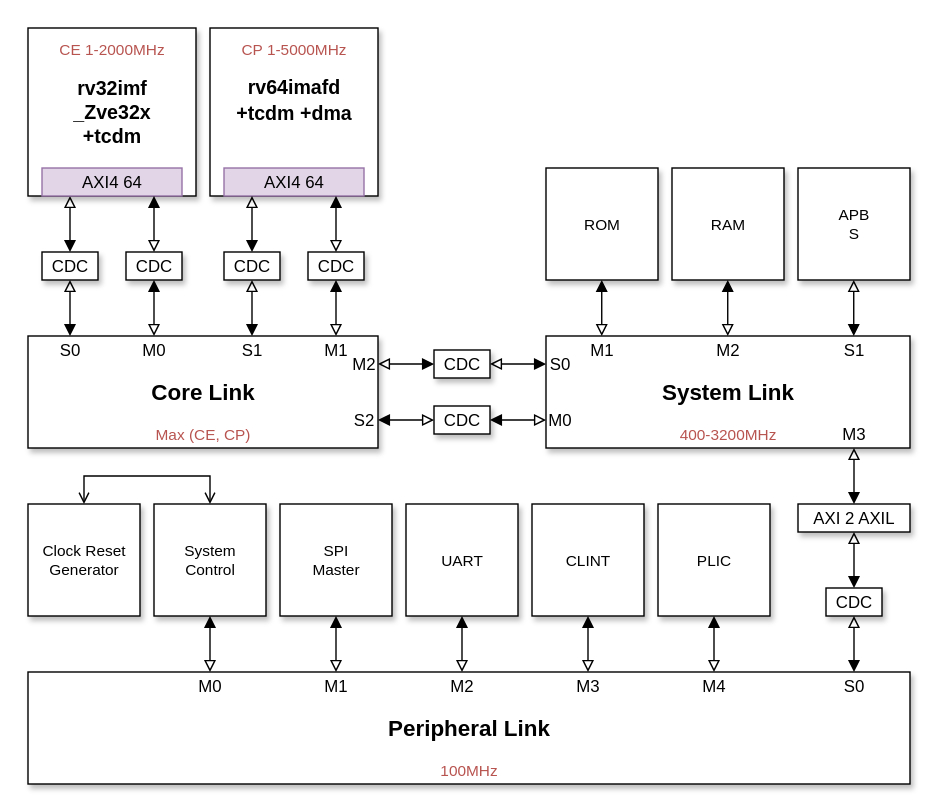
Above: document/svg/detailed_architecture.drawio.svg in TecknozBD/Hyper-Titan (draw.io), before the change. Source tidied: cells renumbered, new cells last; positions are measured from the earlier drawing's top-left corner, leaving out a move shared by most shapes.
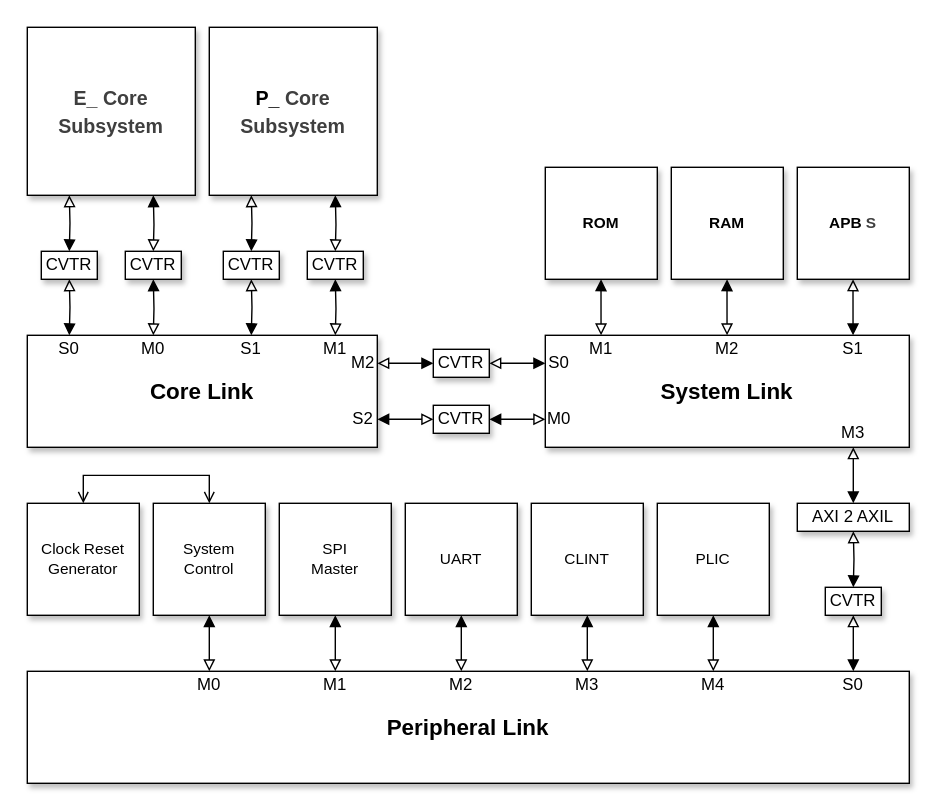
After the change.

Commit message:
new file:   document/svg/bkp_detailed_architecture.drawio.svg modified:   document/svg/detailed_architecture.drawio.svg

Diff of the diagram source:
```diff
@@ -9,19 +9,16 @@
     <mxCell id="4" value="Core Link" style="rounded=0;whiteSpace=wrap;html=1;fontFamily=Helvetica;fontSize=16;fontColor=default;labelBackgroundColor=default;fontStyle=1;shadow=1;" parent="3" vertex="1">
       <mxGeometry x="20" y="240" width="250" height="80" as="geometry" />
     </mxCell>
-    <mxCell id="5" value="&lt;div&gt;&lt;font style=&quot;font-size: 14px;&quot;&gt;rv32imf&lt;/font&gt;&lt;/div&gt;&lt;div&gt;&lt;font style=&quot;font-size: 14px;&quot;&gt;_Zve32x&lt;/font&gt;&lt;/div&gt;&lt;div&gt;&lt;font style=&quot;font-size: 14px;&quot;&gt;+tcdm&lt;/font&gt;&lt;/div&gt;" style="rounded=0;whiteSpace=wrap;html=1;fontStyle=1;fontSize=13;shadow=1;" parent="3" vertex="1">
+    <mxCell id="5" value="&lt;div style=&quot;color: rgb(63, 63, 63); scrollbar-color: rgb(226, 226, 226) rgb(251, 251, 251); font-size: 16px;&quot;&gt;&lt;span style=&quot;color: rgb(63, 63, 63); scrollbar-color: rgb(226, 226, 226) rgb(251, 251, 251); font-size: 14px;&quot;&gt;E_&lt;/span&gt;&lt;span style=&quot;scrollbar-color: rgb(226, 226, 226) rgb(251, 251, 251); font-size: 14px; background-color: transparent; color: rgb(63, 63, 63);&quot;&gt;Core&lt;/span&gt;&lt;/div&gt;&lt;div style=&quot;color: rgb(63, 63, 63); scrollbar-color: rgb(226, 226, 226) rgb(251, 251, 251); font-size: 16px;&quot;&gt;&lt;span style=&quot;scrollbar-color: rgb(226, 226, 226) rgb(251, 251, 251); font-size: 14px; background-color: transparent; color: rgb(63, 63, 63);&quot;&gt;Subsystem&lt;/span&gt;&lt;/div&gt;" style="rounded=0;whiteSpace=wrap;html=1;fontStyle=1;fontSize=13;shadow=1;" parent="3" vertex="1">
       <mxGeometry x="20" y="20" width="120" height="120" as="geometry" />
     </mxCell>
-    <mxCell id="6" value="&lt;div&gt;&lt;font style=&quot;font-size: 14px;&quot;&gt;rv64imafd&lt;/font&gt;&lt;/div&gt;&lt;div&gt;&lt;font style=&quot;font-size: 14px;&quot;&gt;+tcdm +dma&lt;/font&gt;&lt;/div&gt;&lt;div&gt;&lt;br&gt;&lt;/div&gt;" style="rounded=0;whiteSpace=wrap;html=1;fontStyle=1;fontSize=16;shadow=1;" parent="3" vertex="1">
+    <mxCell id="6" value="&lt;div&gt;&lt;span style=&quot;font-size: 14px;&quot;&gt;P_&lt;/span&gt;&lt;span style=&quot;color: rgb(63, 63, 63); font-size: 14px; background-color: transparent;&quot;&gt;Core&lt;/span&gt;&lt;/div&gt;&lt;div&gt;&lt;span style=&quot;color: rgb(63, 63, 63); font-size: 14px; background-color: transparent;&quot;&gt;Subsystem&lt;/span&gt;&lt;/div&gt;" style="rounded=0;whiteSpace=wrap;html=1;fontStyle=1;fontSize=16;shadow=1;" parent="3" vertex="1">
       <mxGeometry x="150" y="20" width="120" height="120" as="geometry" />
     </mxCell>
-    <mxCell id="7" value="AXI4 64" style="whiteSpace=wrap;html=1;fillColor=#e1d5e7;strokeColor=#9673a6;" parent="3" vertex="1">
-      <mxGeometry x="160" y="120" width="100" height="20" as="geometry" />
-    </mxCell>
     <mxCell id="8" style="edgeStyle=orthogonalEdgeStyle;shape=connector;rounded=0;jettySize=auto;html=1;exitX=1;exitY=0.75;exitDx=0;exitDy=0;entryX=0;entryY=0.5;entryDx=0;entryDy=0;strokeColor=default;align=center;verticalAlign=middle;fontFamily=Helvetica;fontSize=11;fontColor=default;labelBackgroundColor=default;startArrow=block;startFill=1;endArrow=block;endFill=0;" parent="3" edge="1" source="4" target="34">
       <mxGeometry relative="1" as="geometry" />
     </mxCell>
-    <mxCell id="9" value="CDC" style="rounded=0;whiteSpace=wrap;html=1;shadow=1;" parent="3" vertex="1">
+    <mxCell id="9" value="CVTR" style="rounded=0;whiteSpace=wrap;html=1;shadow=1;" parent="3" vertex="1">
       <mxGeometry x="30" y="180" width="40" height="20" as="geometry" />
     </mxCell>
     <mxCell id="10" style="edgeStyle=orthogonalEdgeStyle;shape=connector;rounded=0;jettySize=auto;html=1;exitX=0;exitY=0.25;exitDx=0;exitDy=0;entryX=1;entryY=0.5;entryDx=0;entryDy=0;strokeColor=default;align=center;verticalAlign=middle;fontFamily=Helvetica;fontSize=11;fontColor=default;labelBackgroundColor=default;startArrow=block;startFill=1;endArrow=block;endFill=0;" parent="3" edge="1" source="11" target="32">
@@ -42,7 +39,7 @@
         <mxPoint x="50" y="140" as="targetPoint" />
       </mxGeometry>
     </mxCell>
-    <mxCell id="14" value="RAM" style="rounded=0;whiteSpace=wrap;html=1;fontFamily=Helvetica;fontSize=11;fontColor=default;labelBackgroundColor=default;shadow=1;" parent="3" vertex="1">
+    <mxCell id="14" value="RAM" style="rounded=0;whiteSpace=wrap;html=1;fontFamily=Helvetica;fontSize=11;fontColor=default;labelBackgroundColor=default;shadow=1;fontStyle=1;" parent="3" vertex="1">
       <mxGeometry x="480" y="120" width="80" height="80" as="geometry" />
     </mxCell>
     <mxCell id="15" style="edgeStyle=orthogonalEdgeStyle;rounded=0;orthogonalLoop=1;jettySize=auto;html=1;endArrow=block;endFill=0;startArrow=block;startFill=1;" parent="3" edge="1">
@@ -55,7 +52,7 @@
         </Array>
       </mxGeometry>
     </mxCell>
-    <mxCell id="16" value="ROM" style="rounded=0;whiteSpace=wrap;html=1;fontFamily=Helvetica;fontSize=11;fontColor=default;labelBackgroundColor=default;shadow=1;" parent="3" vertex="1">
+    <mxCell id="16" value="ROM" style="rounded=0;whiteSpace=wrap;html=1;fontFamily=Helvetica;fontSize=11;fontColor=default;labelBackgroundColor=default;shadow=1;fontStyle=1;" parent="3" vertex="1">
       <mxGeometry x="390" y="120" width="80" height="80" as="geometry" />
     </mxCell>
     <mxCell id="17" style="edgeStyle=orthogonalEdgeStyle;rounded=0;orthogonalLoop=1;jettySize=auto;html=1;endArrow=block;endFill=0;startArrow=block;startFill=1;" parent="3" edge="1">
@@ -81,7 +78,7 @@
         </Array>
       </mxGeometry>
     </mxCell>
-    <mxCell id="20" value="APB&lt;div&gt;S&lt;/div&gt;" style="rounded=0;whiteSpace=wrap;html=1;fontFamily=Helvetica;fontSize=11;fontColor=default;labelBackgroundColor=default;shadow=1;" parent="3" vertex="1">
+    <mxCell id="20" value="&lt;b&gt;APB&amp;nbsp;&lt;/b&gt;&lt;b style=&quot;color: rgb(63, 63, 63); background-color: light-dark(#ffffff, var(--ge-dark-color, #121212));&quot;&gt;S&lt;/b&gt;" style="rounded=0;whiteSpace=wrap;html=1;fontFamily=Helvetica;fontSize=11;fontColor=default;labelBackgroundColor=default;shadow=1;" parent="3" vertex="1">
       <mxGeometry x="570" y="120" width="80" height="80" as="geometry" />
     </mxCell>
     <mxCell id="21" style="edgeStyle=orthogonalEdgeStyle;rounded=0;orthogonalLoop=1;jettySize=auto;html=1;endArrow=block;endFill=0;startArrow=block;startFill=1;" parent="3" edge="1">
@@ -123,7 +120,7 @@
         </Array>
       </mxGeometry>
     </mxCell>
-    <mxCell id="27" value="CDC" style="rounded=0;whiteSpace=wrap;html=1;shadow=1;" parent="3" vertex="1">
+    <mxCell id="27" value="&lt;span style=&quot;color: rgb(0, 0, 0);&quot;&gt;CVTR&lt;/span&gt;" style="rounded=0;whiteSpace=wrap;html=1;shadow=1;" parent="3" vertex="1">
       <mxGeometry x="590" y="420" width="40" height="20" as="geometry" />
     </mxCell>
     <mxCell id="28" style="edgeStyle=orthogonalEdgeStyle;rounded=0;orthogonalLoop=1;jettySize=auto;html=1;endArrow=block;endFill=0;startArrow=block;startFill=1;" parent="3" edge="1">
@@ -148,13 +145,13 @@
     <mxCell id="31" style="edgeStyle=orthogonalEdgeStyle;shape=connector;rounded=0;jettySize=auto;html=1;entryX=1;entryY=0.25;entryDx=0;entryDy=0;strokeColor=default;align=center;verticalAlign=middle;fontFamily=Helvetica;fontSize=11;fontColor=default;labelBackgroundColor=default;startArrow=block;startFill=1;endArrow=block;endFill=0;" parent="3" edge="1" source="32" target="4">
       <mxGeometry relative="1" as="geometry" />
     </mxCell>
-    <mxCell id="32" value="CDC" style="rounded=0;whiteSpace=wrap;html=1;shadow=1;" parent="3" vertex="1">
+    <mxCell id="32" value="&lt;span style=&quot;color: rgb(0, 0, 0);&quot;&gt;CVTR&lt;/span&gt;" style="rounded=0;whiteSpace=wrap;html=1;shadow=1;" parent="3" vertex="1">
       <mxGeometry x="310" y="250" width="40" height="20" as="geometry" />
     </mxCell>
     <mxCell id="33" style="edgeStyle=orthogonalEdgeStyle;shape=connector;rounded=0;jettySize=auto;html=1;entryX=0;entryY=0.75;entryDx=0;entryDy=0;strokeColor=default;align=center;verticalAlign=middle;fontFamily=Helvetica;fontSize=11;fontColor=default;labelBackgroundColor=default;startArrow=block;startFill=1;endArrow=block;endFill=0;" parent="3" edge="1" source="34" target="11">
       <mxGeometry relative="1" as="geometry" />
     </mxCell>
-    <mxCell id="34" value="CDC" style="rounded=0;whiteSpace=wrap;html=1;shadow=1;" parent="3" vertex="1">
+    <mxCell id="34" value="&lt;span style=&quot;color: rgb(0, 0, 0);&quot;&gt;CVTR&lt;/span&gt;" style="rounded=0;whiteSpace=wrap;html=1;shadow=1;" parent="3" vertex="1">
       <mxGeometry x="310" y="290" width="40" height="20" as="geometry" />
     </mxCell>
     <mxCell id="35" style="edgeStyle=orthogonalEdgeStyle;rounded=0;jettySize=auto;html=1;entryX=0.5;entryY=0;entryDx=0;entryDy=0;endArrow=open;endFill=0;startArrow=open;startFill=0;" parent="3" edge="1" source="36" target="24">
@@ -178,10 +175,7 @@
         </Array>
       </mxGeometry>
     </mxCell>
-    <mxCell id="38" value="AXI4 64" style="whiteSpace=wrap;html=1;fillColor=#e1d5e7;strokeColor=#9673a6;" parent="3" vertex="1">
-      <mxGeometry x="30" y="120" width="100" height="20" as="geometry" />
-    </mxCell>
-    <mxCell id="39" value="CDC" style="rounded=0;whiteSpace=wrap;html=1;direction=west;shadow=1;" parent="3" vertex="1">
+    <mxCell id="39" value="&lt;span style=&quot;color: rgb(0, 0, 0);&quot;&gt;CVTR&lt;/span&gt;" style="rounded=0;whiteSpace=wrap;html=1;direction=west;shadow=1;" parent="3" vertex="1">
       <mxGeometry x="90" y="180" width="40" height="20" as="geometry" />
     </mxCell>
     <mxCell id="40" style="edgeStyle=orthogonalEdgeStyle;rounded=0;orthogonalLoop=1;jettySize=auto;html=1;endArrow=block;endFill=0;startArrow=block;startFill=1;" parent="3" edge="1">
@@ -196,7 +190,7 @@
         <mxPoint x="110" y="180" as="targetPoint" />
       </mxGeometry>
     </mxCell>
-    <mxCell id="42" value="CDC" style="rounded=0;whiteSpace=wrap;html=1;shadow=1;" parent="3" vertex="1">
+    <mxCell id="42" value="&lt;span style=&quot;color: rgb(0, 0, 0);&quot;&gt;CVTR&lt;/span&gt;" style="rounded=0;whiteSpace=wrap;html=1;shadow=1;" parent="3" vertex="1">
       <mxGeometry x="160" y="180" width="40" height="20" as="geometry" />
     </mxCell>
     <mxCell id="43" style="edgeStyle=orthogonalEdgeStyle;rounded=0;orthogonalLoop=1;jettySize=auto;html=1;endArrow=block;endFill=0;startArrow=block;startFill=1;" parent="3" edge="1">
@@ -211,7 +205,7 @@
         <mxPoint x="180" y="140" as="targetPoint" />
       </mxGeometry>
     </mxCell>
-    <mxCell id="45" value="CDC" style="rounded=0;whiteSpace=wrap;html=1;direction=west;shadow=1;" parent="3" vertex="1">
+    <mxCell id="45" value="&lt;span style=&quot;color: rgb(0, 0, 0);&quot;&gt;CVTR&lt;/span&gt;" style="rounded=0;whiteSpace=wrap;html=1;direction=west;shadow=1;" parent="3" vertex="1">
       <mxGeometry x="220" y="180" width="40" height="20" as="geometry" />
     </mxCell>
     <mxCell id="46" style="edgeStyle=orthogonalEdgeStyle;rounded=0;orthogonalLoop=1;jettySize=auto;html=1;endArrow=block;endFill=0;startArrow=block;startFill=1;" parent="3" edge="1">
@@ -306,21 +300,5 @@
     <mxCell id="69" value="M4" style="text;html=1;whiteSpace=wrap;strokeColor=none;fillColor=none;align=center;verticalAlign=middle;rounded=0;" parent="3" vertex="1">
       <mxGeometry x="500" y="480" width="20" height="20" as="geometry" />
     </mxCell>
-    <mxCell id="70" value="CLK RST" parent="0" />
-    <mxCell id="71" value="Max (CE, CP)" style="text;html=1;whiteSpace=wrap;strokeColor=none;fillColor=none;align=center;verticalAlign=middle;rounded=0;fontFamily=Helvetica;fontSize=11;labelBackgroundColor=default;fontColor=#B85450;" parent="70" vertex="1">
-      <mxGeometry x="20" y="300" width="250" height="20" as="geometry" />
-    </mxCell>
-    <mxCell id="72" value="CE 1-2000MHz" style="text;html=1;whiteSpace=wrap;strokeColor=none;fillColor=none;align=center;verticalAlign=middle;rounded=0;fontFamily=Helvetica;fontSize=11;labelBackgroundColor=default;fontColor=#B85450;" parent="70" vertex="1">
-      <mxGeometry x="20" y="20" width="120" height="30" as="geometry" />
-    </mxCell>
-    <mxCell id="73" value="CP 1-5000MHz" style="text;html=1;whiteSpace=wrap;strokeColor=none;fillColor=none;align=center;verticalAlign=middle;rounded=0;fontFamily=Helvetica;fontSize=11;labelBackgroundColor=default;fontColor=#B85450;" parent="70" vertex="1">
-      <mxGeometry x="150" y="20" width="120" height="30" as="geometry" />
-    </mxCell>
-    <mxCell id="74" value="400-3200MHz" style="text;html=1;whiteSpace=wrap;strokeColor=none;fillColor=none;align=center;verticalAlign=middle;rounded=0;fontFamily=Helvetica;fontSize=11;labelBackgroundColor=default;fontColor=#B85450;" parent="70" vertex="1">
-      <mxGeometry x="390" y="300" width="260" height="20" as="geometry" />
-    </mxCell>
-    <mxCell id="75" value="100MHz" style="text;html=1;whiteSpace=wrap;strokeColor=none;fillColor=none;align=center;verticalAlign=middle;rounded=0;fontFamily=Helvetica;fontSize=11;labelBackgroundColor=default;fontColor=#B85450;" parent="70" vertex="1">
-      <mxGeometry x="20" y="540" width="630" height="20" as="geometry" />
-    </mxCell>
   </root>
 </mxGraphModel>
```
